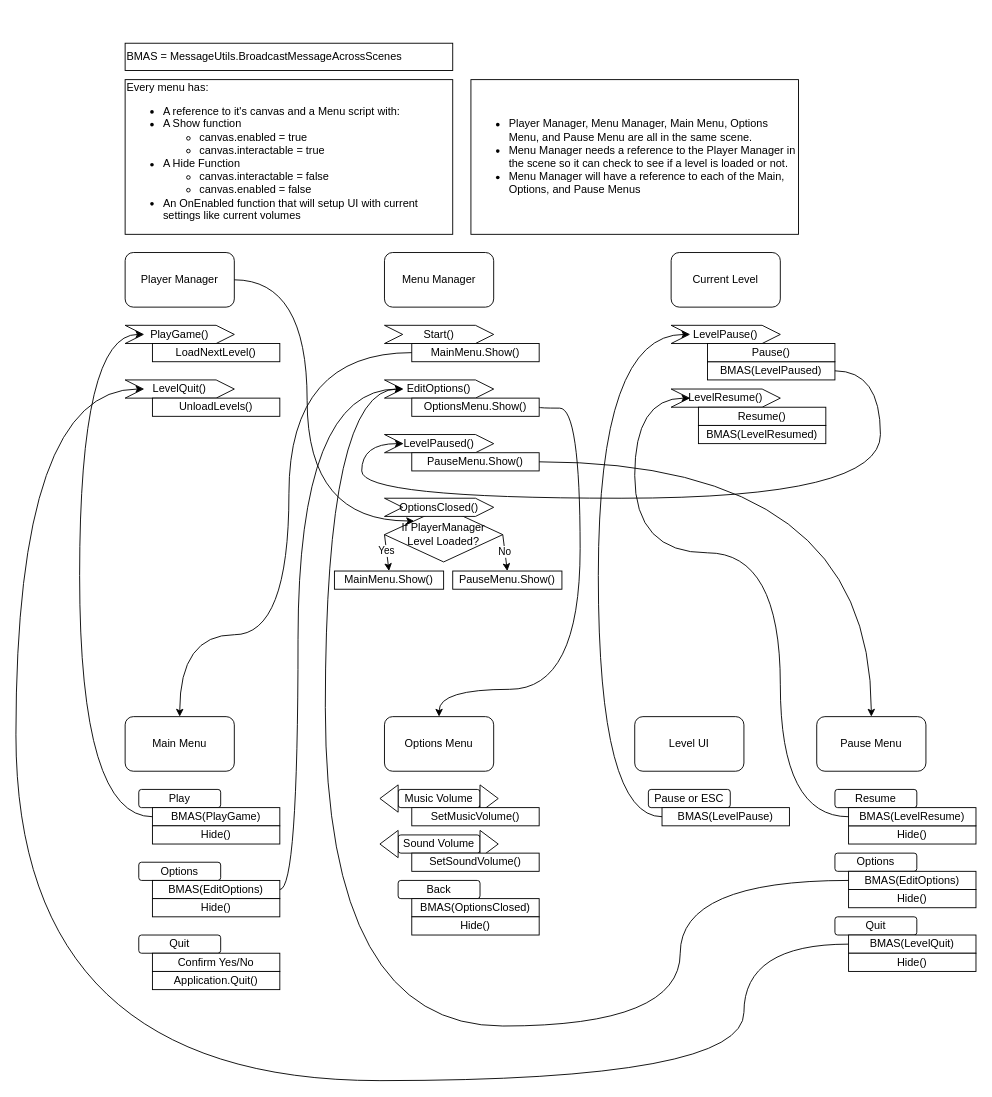
Above: Menus.drawio in froggycodes5000/designs (draw.io), before the change. Source tidied: cells renumbered, new cells numbered last; positions are measured from the earlier drawing's top-left corner, leaving out a move shared by most shapes. Both pictures are drawn from the tidied source at 91%, with x=0, y=0 at pixel (15, 43).
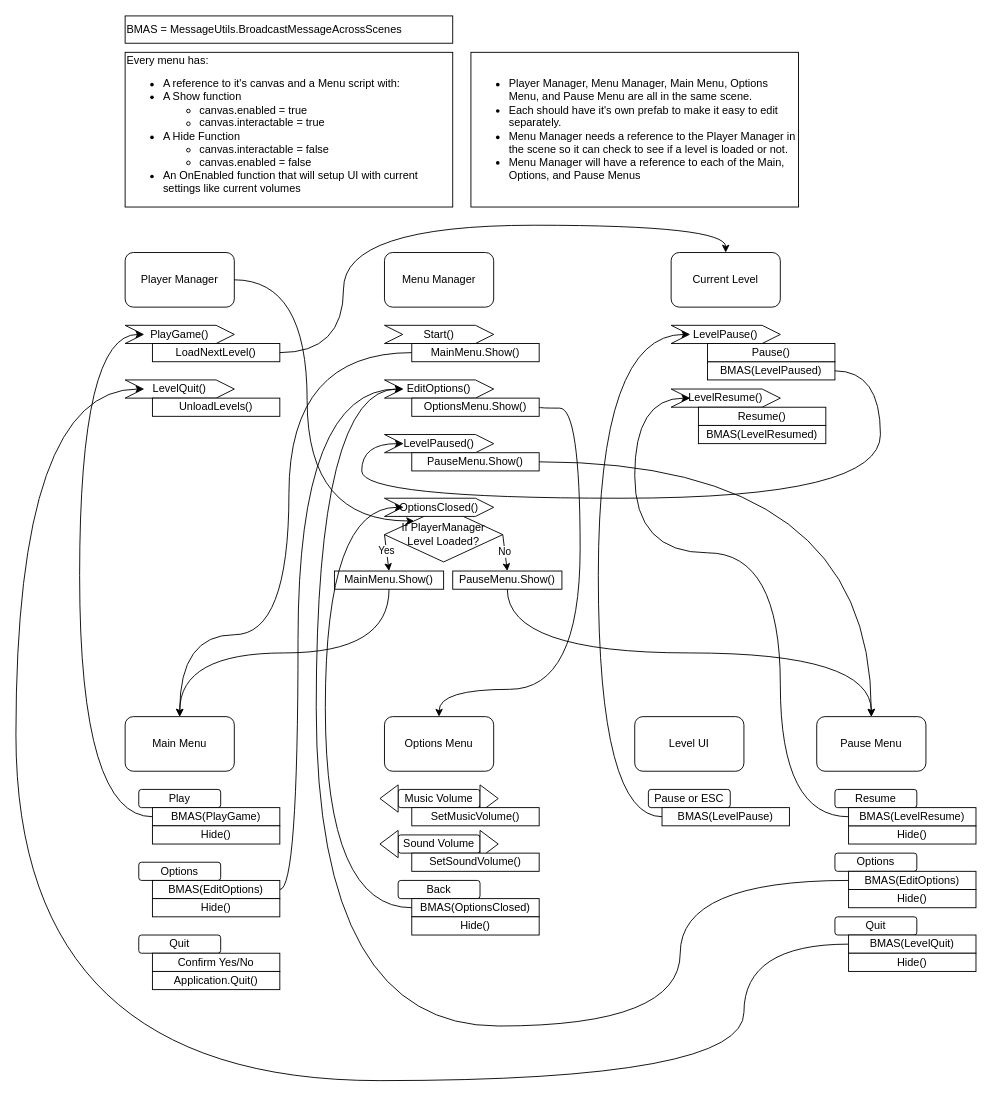
The same diagram, later.

The change refers to these unchanged cells:
```xml
<mxCell id="3" value="Main Menu" style="rounded=1;whiteSpace=wrap;html=1;" parent="1" vertex="1">
  <mxGeometry x="120" y="740" width="120" height="60" as="geometry" />
</mxCell>
<mxCell id="5" value="Pause Menu" style="rounded=1;whiteSpace=wrap;html=1;" parent="1" vertex="1">
  <mxGeometry x="880" y="740" width="120" height="60" as="geometry" />
</mxCell>
<mxCell id="30" value="BMAS(OptionsClosed)" style="rounded=0;whiteSpace=wrap;html=1;" parent="1" vertex="1">
  <mxGeometry x="435" y="940" width="140" height="20" as="geometry" />
</mxCell>
<mxCell id="33" value="LoadNextLevel()" style="rounded=0;whiteSpace=wrap;html=1;strokeColor=default;align=center;verticalAlign=middle;fontFamily=Helvetica;fontSize=12;fontColor=default;fillColor=default;" parent="1" vertex="1">
  <mxGeometry x="150" y="330" width="140" height="20" as="geometry" />
</mxCell>
<mxCell id="41" value="EditOptions()" style="shape=step;perimeter=stepPerimeter;whiteSpace=wrap;html=1;fixedSize=1;" parent="1" vertex="1">
  <mxGeometry x="405" y="370" width="120" height="20" as="geometry" />
</mxCell>
<mxCell id="49" value="BMAS(EditOptions)" style="rounded=0;whiteSpace=wrap;html=1;strokeColor=default;align=center;verticalAlign=middle;fontFamily=Helvetica;fontSize=12;fontColor=default;fillColor=default;" parent="1" vertex="1">
  <mxGeometry x="915" y="910" width="140" height="20" as="geometry" />
</mxCell>
<mxCell id="53" value="Current Level" style="rounded=1;whiteSpace=wrap;html=1;" parent="1" vertex="1">
  <mxGeometry x="720" y="230" width="120" height="60" as="geometry" />
</mxCell>
<mxCell id="70" value="OptionsClosed()" style="shape=step;perimeter=stepPerimeter;whiteSpace=wrap;html=1;fixedSize=1;strokeColor=default;align=center;verticalAlign=middle;fontFamily=Helvetica;fontSize=12;fontColor=default;fillColor=default;" parent="1" vertex="1">
  <mxGeometry x="405" y="500" width="120" height="20" as="geometry" />
</mxCell>
<mxCell id="75" value="MainMenu.Show()" style="rounded=0;whiteSpace=wrap;html=1;strokeColor=default;align=center;verticalAlign=middle;fontFamily=Helvetica;fontSize=12;fontColor=default;fillColor=default;" parent="1" vertex="1">
  <mxGeometry x="350" y="580" width="120" height="20" as="geometry" />
</mxCell>
<mxCell id="76" value="PauseMenu.Show()" style="rounded=0;whiteSpace=wrap;html=1;strokeColor=default;align=center;verticalAlign=middle;fontFamily=Helvetica;fontSize=12;fontColor=default;fillColor=default;" parent="1" vertex="1">
  <mxGeometry x="480" y="580" width="120" height="20" as="geometry" />
</mxCell>
```

The edit, as a diff of the source:
```diff
@@
     <mxCell id="18" value="BMAS = MessageUtils.BroadcastMessageAcrossScenes" style="rounded=0;whiteSpace=wrap;html=1;align=left;" parent="1" vertex="1">
-      <mxGeometry x="120" width="360" height="30" as="geometry" />
+      <mxGeometry x="120" y="-30" width="360" height="30" as="geometry" />
     </mxCell>
     <mxCell id="19" value="Every menu has:&lt;div&gt;&lt;ul&gt;&lt;li&gt;A reference to it's canvas and a Menu script with:&lt;/li&gt;&lt;li&gt;A Show function&lt;/li&gt;&lt;ul&gt;&lt;li&gt;canvas.enabled = true&lt;/li&gt;&lt;li&gt;canvas.interactable = true&lt;/li&gt;&lt;/ul&gt;&lt;li&gt;A Hide Function&lt;/li&gt;&lt;ul&gt;&lt;li&gt;canvas.interactable = false&lt;/li&gt;&lt;li&gt;canvas.enabled = false&lt;/li&gt;&lt;/ul&gt;&lt;li&gt;An OnEnabled function that will setup UI with current settings like current volumes&lt;/li&gt;&lt;/ul&gt;&lt;/div&gt;" style="rounded=0;whiteSpace=wrap;html=1;align=left;" parent="1" vertex="1">
-      <mxGeometry x="120" y="40" width="360" height="170" as="geometry" />
+      <mxGeometry x="120" y="10" width="360" height="170" as="geometry" />
     </mxCell>
@@
     <mxCell id="63" style="endArrow=classic;html=1;rounded=0;entryX=0;entryY=0.5;entryDx=0;entryDy=0;exitX=0;exitY=0.5;exitDx=0;exitDy=0;edgeStyle=orthogonalEdgeStyle;curved=1;" parent="1" edge="1" source="49" target="41">
       <mxGeometry relative="1" as="geometry">
         <Array as="points">
           <mxPoint x="730" y="920" />
           <mxPoint x="730" y="1080" />
-          <mxPoint x="340" y="1080" />
-          <mxPoint x="340" y="380" />
+          <mxPoint x="330" y="1080" />
+          <mxPoint x="330" y="380" />
         </Array>
       </mxGeometry>
     </mxCell>
@@
-    <mxCell id="77" value="&lt;ul&gt;&lt;li&gt;Player Manager, Menu Manager, Main Menu, Options Menu, and Pause Menu are all in the same scene.&lt;/li&gt;&lt;li&gt;Menu Manager needs a reference to the Player Manager in the scene so it can check to see if a level is loaded or not.&lt;/li&gt;&lt;li&gt;Menu Manager will have a reference to each of the Main, Options, and Pause Menus&lt;/li&gt;&lt;/ul&gt;" style="rounded=0;whiteSpace=wrap;html=1;align=left;" parent="1" vertex="1">
-      <mxGeometry x="500" y="40" width="360" height="170" as="geometry" />
+    <mxCell id="77" value="&lt;ul&gt;&lt;li&gt;Player Manager, Menu Manager, Main Menu, Options Menu, and Pause Menu are all in the same scene.&lt;/li&gt;&lt;li&gt;Each should have it's own prefab to make it easy to edit separately.&lt;/li&gt;&lt;li&gt;Menu Manager needs a reference to the Player Manager in the scene so it can check to see if a level is loaded or not.&lt;/li&gt;&lt;li&gt;Menu Manager will have a reference to each of the Main, Options, and Pause Menus&lt;/li&gt;&lt;/ul&gt;" style="rounded=0;whiteSpace=wrap;html=1;align=left;" parent="1" vertex="1">
+      <mxGeometry x="500" y="10" width="360" height="170" as="geometry" />
     </mxCell>
+    <mxCell id="78" style="endArrow=classic;html=1;rounded=0;exitX=0;exitY=0.5;exitDx=0;exitDy=0;entryX=0;entryY=0.5;entryDx=0;entryDy=0;edgeStyle=orthogonalEdgeStyle;curved=1;" parent="1" edge="1" source="30" target="70">
+      <mxGeometry relative="1" as="geometry">
+        <Array as="points">
+          <mxPoint x="340" y="950" />
+          <mxPoint x="340" y="510" />
+        </Array>
+      </mxGeometry>
+    </mxCell>
+    <mxCell id="79" style="endArrow=classic;html=1;rounded=0;entryX=0.5;entryY=0;entryDx=0;entryDy=0;exitX=0.5;exitY=1;exitDx=0;exitDy=0;edgeStyle=orthogonalEdgeStyle;curved=1;" parent="1" edge="1" source="75" target="3">
+      <mxGeometry relative="1" as="geometry" />
+    </mxCell>
+    <mxCell id="80" style="endArrow=classic;html=1;rounded=0;exitX=0.5;exitY=1;exitDx=0;exitDy=0;entryX=0.5;entryY=0;entryDx=0;entryDy=0;edgeStyle=orthogonalEdgeStyle;curved=1;" parent="1" edge="1" source="76" target="5">
+      <mxGeometry relative="1" as="geometry" />
+    </mxCell>
+    <mxCell id="81" style="endArrow=classic;html=1;rounded=0;exitX=1;exitY=0.5;exitDx=0;exitDy=0;entryX=0.5;entryY=0;entryDx=0;entryDy=0;edgeStyle=orthogonalEdgeStyle;curved=1;" parent="1" edge="1" source="33" target="53">
+      <mxGeometry relative="1" as="geometry">
+        <Array as="points">
+          <mxPoint x="360" y="340" />
+          <mxPoint x="360" y="200" />
+          <mxPoint x="780" y="200" />
+        </Array>
+      </mxGeometry>
+    </mxCell>
```
